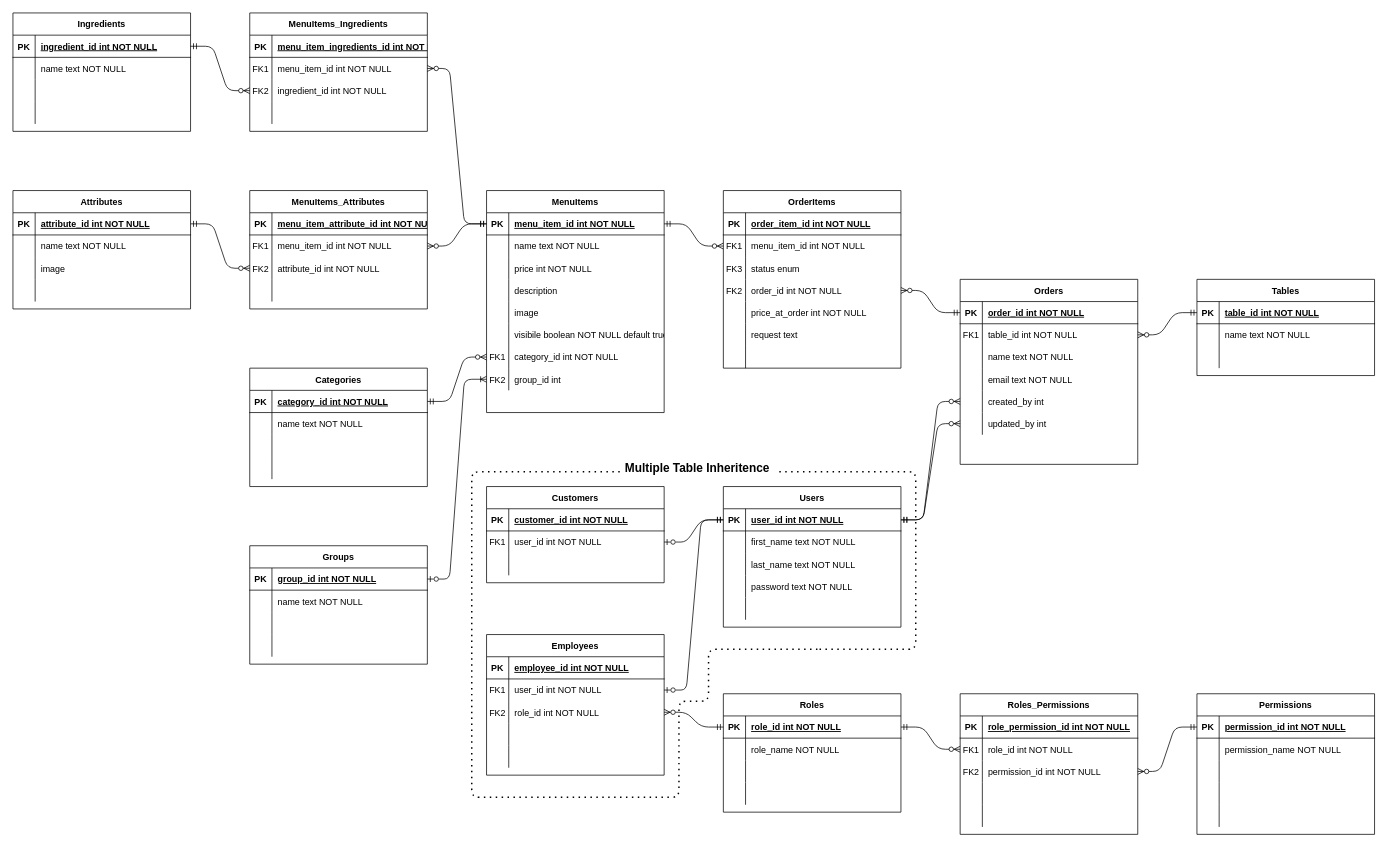
Earlier version of the draw.io diagram entity_relationship_diagram/entity relationship diagram.drawio (korayleigh/t3a2-b-docs). Source tidied: cells renumbered, new cells numbered last; positions are measured from the earlier drawing's top-left corner, leaving out a move shared by most shapes. Both pictures are drawn from the tidied source at 74%, with x=0, y=0 at pixel (13, 13).
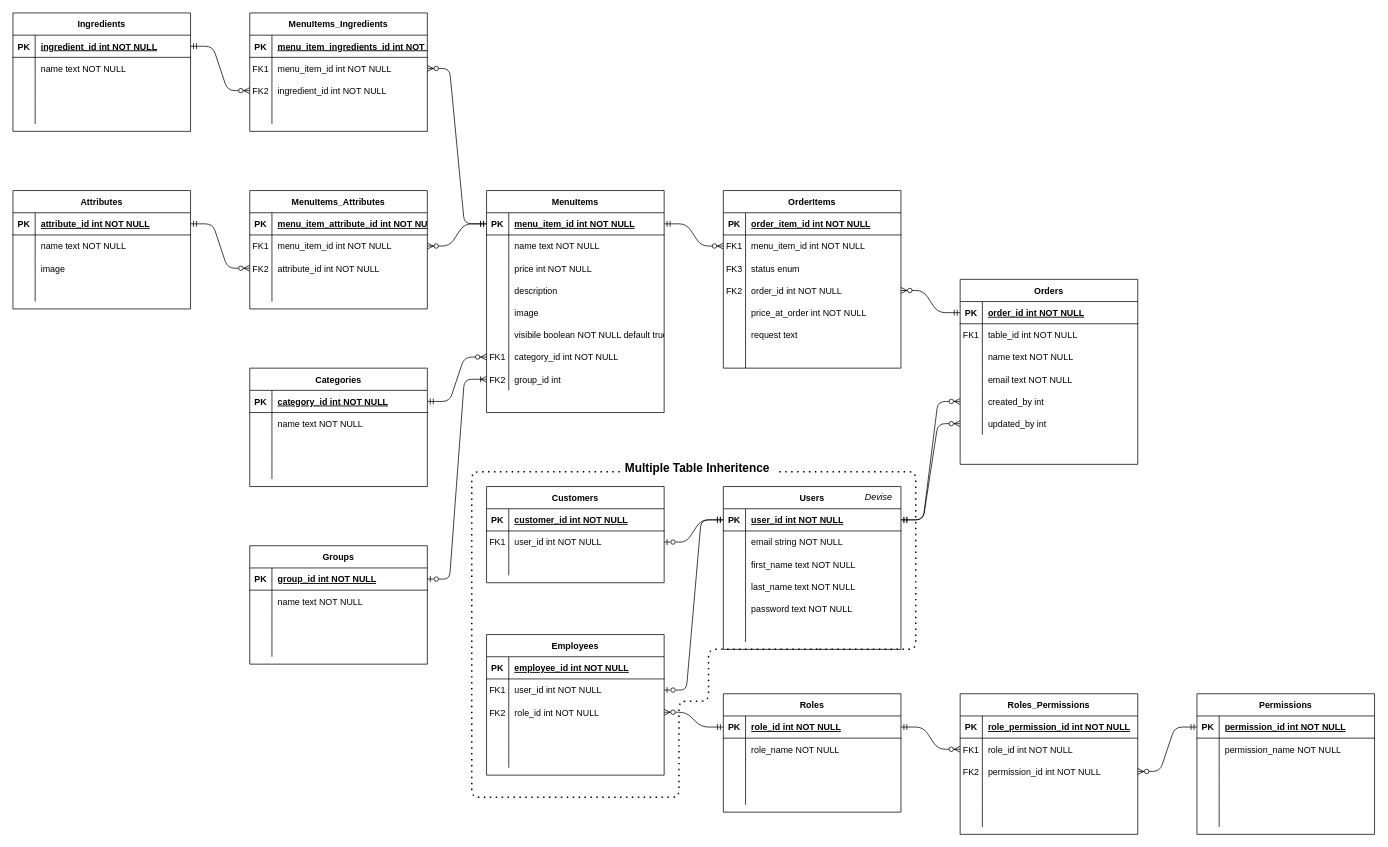
Above is the later version.

Commit message (it also covers changes not shown here):
seed data inspiration, updated ERD, trello screenshot 2022-01-31

Unchanged cells that the change refers to:
```xml
<mxCell id="6" style="shape=partialRectangle;fillColor=none;points=[[0,0.5],[1,0.5]];portConstraint=eastwest;top=0;left=0;right=0;bottom=0;" parent="2" vertex="1">
  <mxGeometry y="60" width="240" height="30" as="geometry" />
</mxCell>
<mxCell id="50" style="shape=partialRectangle;fillColor=none;top=0;left=0;right=0;bottom=0;" parent="46" vertex="1">
  <mxGeometry y="60" width="240" height="30" as="geometry" />
</mxCell>
```

The edit, as a diff of the source:
```diff
@@
     <mxCell id="46" value="Users" style="shape=table;startSize=30;childLayout=tableLayout;rowLines=0;fontStyle=1;align=center;" parent="1" vertex="1">
-      <mxGeometry x="960" y="640" width="240" height="190" as="geometry" />
+      <mxGeometry x="960" y="640" width="240" height="220" as="geometry" />
     </mxCell>
@@
-    <mxCell id="52" value="first_name text NOT NULL" style="shape=partialRectangle;overflow=hidden;fillColor=none;top=0;left=0;bottom=0;right=0;align=left;spacingLeft=6;" parent="50" vertex="1">
+    <mxCell id="52" value="email string NOT NULL" style="shape=partialRectangle;overflow=hidden;fillColor=none;top=0;left=0;bottom=0;right=0;align=left;spacingLeft=6;" parent="50" vertex="1">
       <mxGeometry x="30" width="210" height="30" as="geometry" />
     </mxCell>
+    <mxCell id="141" style="shape=partialRectangle;fillColor=none;top=0;left=0;right=0;bottom=0;" parent="46" vertex="1">
+      <mxGeometry y="90" width="240" height="30" as="geometry" />
+    </mxCell>
+    <mxCell id="262" style="shape=partialRectangle;overflow=hidden;fillColor=none;top=0;left=0;bottom=0;right=0;" parent="141" vertex="1">
+      <mxGeometry width="30" height="30" as="geometry" />
+    </mxCell>
+    <mxCell id="263" value="first_name text NOT NULL" style="shape=partialRectangle;overflow=hidden;fillColor=none;top=0;left=0;bottom=0;right=0;align=left;spacingLeft=6;" parent="141" vertex="1">
+      <mxGeometry x="30" width="210" height="30" as="geometry" />
+    </mxCell>
     <mxCell id="53" style="shape=partialRectangle;fillColor=none;top=0;left=0;right=0;bottom=0;" parent="46" vertex="1">
-      <mxGeometry y="90" width="240" height="30" as="geometry" />
+      <mxGeometry y="120" width="240" height="30" as="geometry" />
     </mxCell>
@@
     <mxCell id="56" style="shape=partialRectangle;fillColor=none;top=0;left=0;right=0;bottom=0;" parent="46" vertex="1">
-      <mxGeometry y="120" width="240" height="30" as="geometry" />
+      <mxGeometry y="150" width="240" height="30" as="geometry" />
     </mxCell>
@@
     <mxCell id="59" style="shape=partialRectangle;fillColor=none;top=0;left=0;right=0;bottom=0;" parent="46" vertex="1">
-      <mxGeometry y="150" width="240" height="30" as="geometry" />
+      <mxGeometry y="180" width="240" height="30" as="geometry" />
     </mxCell>
@@
-    <mxCell id="134" value="Tables" style="shape=table;startSize=30;childLayout=tableLayout;rowLines=0;fontStyle=1;align=center;" parent="1" vertex="1">
-      <mxGeometry x="1600" y="360" width="240" height="130" as="geometry" />
-    </mxCell>
-    <mxCell id="135" style="shape=partialRectangle;fillColor=none;points=[[0,0.5],[1,0.5]];portConstraint=eastwest;top=0;left=0;right=0;bottom=1;" parent="134" vertex="1">
-      <mxGeometry y="30" width="240" height="30" as="geometry" />
-    </mxCell>
-    <mxCell id="136" value="PK" style="shape=partialRectangle;overflow=hidden;fillColor=none;top=0;left=0;bottom=0;right=0;fontStyle=1;" parent="135" vertex="1">
-      <mxGeometry width="30" height="30" as="geometry" />
-    </mxCell>
-    <mxCell id="137" value="table_id int NOT NULL " style="shape=partialRectangle;overflow=hidden;fillColor=none;top=0;left=0;bottom=0;right=0;align=left;spacingLeft=6;fontStyle=5;" parent="135" vertex="1">
-      <mxGeometry x="30" width="210" height="30" as="geometry" />
-    </mxCell>
-    <mxCell id="138" style="shape=partialRectangle;fillColor=none;top=0;left=0;right=0;bottom=0;" parent="134" vertex="1">
-      <mxGeometry y="60" width="240" height="30" as="geometry" />
-    </mxCell>
-    <mxCell id="139" style="shape=partialRectangle;overflow=hidden;fillColor=none;top=0;left=0;bottom=0;right=0;" parent="138" vertex="1">
-      <mxGeometry width="30" height="30" as="geometry" />
-    </mxCell>
-    <mxCell id="140" value="name text NOT NULL" style="shape=partialRectangle;overflow=hidden;fillColor=none;top=0;left=0;bottom=0;right=0;align=left;spacingLeft=6;" parent="138" vertex="1">
-      <mxGeometry x="30" width="210" height="30" as="geometry" />
-    </mxCell>
-    <mxCell id="141" style="shape=partialRectangle;fillColor=none;top=0;left=0;right=0;bottom=0;" parent="134" vertex="1">
-      <mxGeometry y="90" width="240" height="30" as="geometry" />
-    </mxCell>
-    <mxCell id="142" style="shape=partialRectangle;overflow=hidden;fillColor=none;top=0;left=0;bottom=0;right=0;" parent="141" vertex="1">
-      <mxGeometry width="30" height="30" as="geometry" />
-    </mxCell>
-    <mxCell id="143" style="shape=partialRectangle;overflow=hidden;fillColor=none;top=0;left=0;bottom=0;right=0;align=left;spacingLeft=6;" parent="141" vertex="1">
-      <mxGeometry x="30" width="210" height="30" as="geometry" />
-    </mxCell>
-    <mxCell id="144" style="edgeStyle=entityRelationEdgeStyle;fontSize=12;html=1;endArrow=ERzeroToMany;startArrow=ERmandOne;rounded=1;exitX=0;exitY=0.5;exitDx=0;exitDy=0;entryX=1;entryY=0.5;entryDx=0;entryDy=0;" parent="1" edge="1" source="135" target="6">
-      <mxGeometry relative="1" as="geometry" />
-    </mxCell>
@@
+    <mxCell id="264" value="Devise" style="text;html=1;strokeColor=none;fillColor=none;align=center;verticalAlign=middle;whiteSpace=wrap;rounded=0;labelBackgroundColor=none;fontSize=12;fontColor=default;fontStyle=2;" parent="1" vertex="1">
+      <mxGeometry x="1140" y="640" width="60" height="30" as="geometry" />
+    </mxCell>
```
